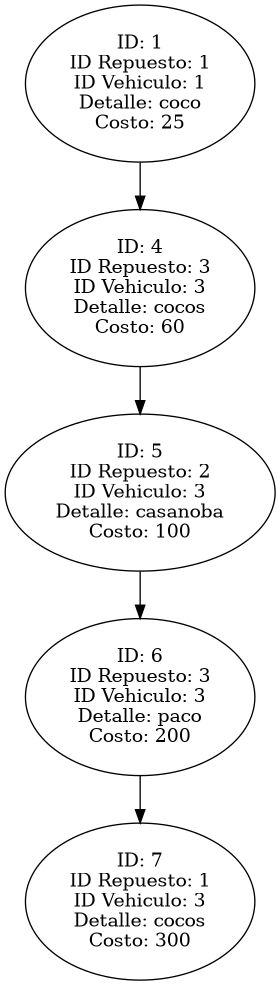
This is Fase#2/Reportes/ListaServicioBinario.png from Farot30/-EDD-1S2025_202307820, a Graphviz export, as it was before one commit. Its source is kept beside it as Fase#2/Reportes/ListaServicioBinario.dot. Its diagram source:
```dot
digraph G {
    "1" [label="ID: 1\nID Repuesto: 1\nID Vehiculo: 1\nDetalle: coco\nCosto: 25"];
    "1" -> "4";
    "4" [label="ID: 4\nID Repuesto: 3\nID Vehiculo: 3\nDetalle: cocos\nCosto: 60"];
    "4" -> "5";
    "5" [label="ID: 5\nID Repuesto: 2\nID Vehiculo: 3\nDetalle: casanoba\nCosto: 100"];
    "5" -> "6";
    "6" [label="ID: 6\nID Repuesto: 3\nID Vehiculo: 3\nDetalle: paco\nCosto: 200"];
    "6" -> "7";
    "7" [label="ID: 7\nID Repuesto: 1\nID Vehiculo: 3\nDetalle: cocos\nCosto: 300"];
}
```
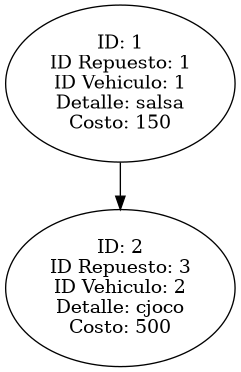
After the commit.

Diff of the diagram source:
```diff
@@ -1,11 +1,5 @@
 digraph G {
-    "1" [label="ID: 1\nID Repuesto: 1\nID Vehiculo: 1\nDetalle: coco\nCosto: 25"];
-    "1" -> "4";
-    "4" [label="ID: 4\nID Repuesto: 3\nID Vehiculo: 3\nDetalle: cocos\nCosto: 60"];
-    "4" -> "5";
-    "5" [label="ID: 5\nID Repuesto: 2\nID Vehiculo: 3\nDetalle: casanoba\nCosto: 100"];
-    "5" -> "6";
-    "6" [label="ID: 6\nID Repuesto: 3\nID Vehiculo: 3\nDetalle: paco\nCosto: 200"];
-    "6" -> "7";
-    "7" [label="ID: 7\nID Repuesto: 1\nID Vehiculo: 3\nDetalle: cocos\nCosto: 300"];
+    "1" [label="ID: 1\nID Repuesto: 1\nID Vehiculo: 1\nDetalle: salsa\nCosto: 150"];
+    "1" -> "2";
+    "2" [label="ID: 2\nID Repuesto: 3\nID Vehiculo: 2\nDetalle: cjoco\nCosto: 500"];
 }
```
